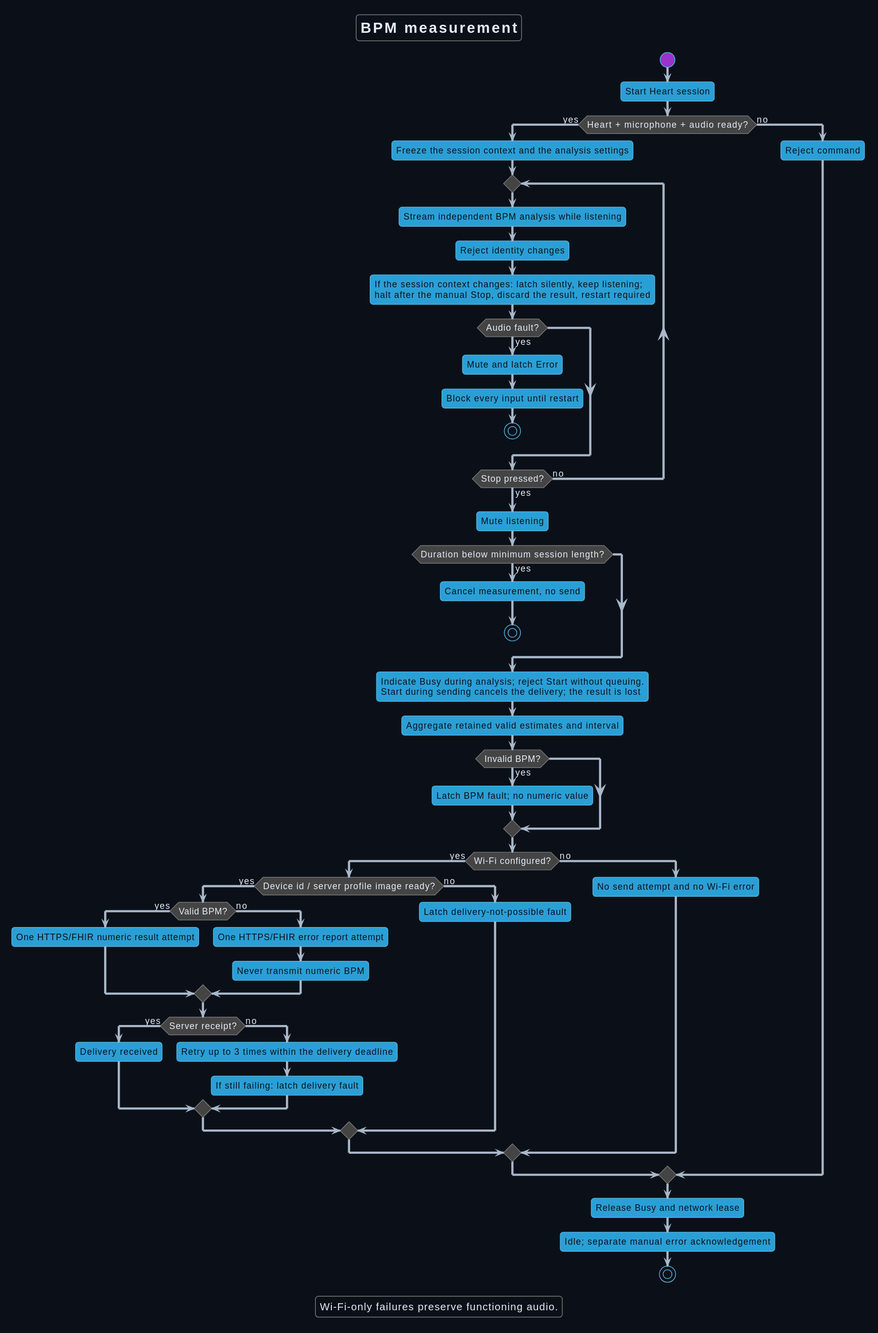
This is Development/system/architecture/system/rendered/measurement_workflow.svg from DemonicPsychoII/DigitalStethoscope, a PlantUML export, as it was before one commit.
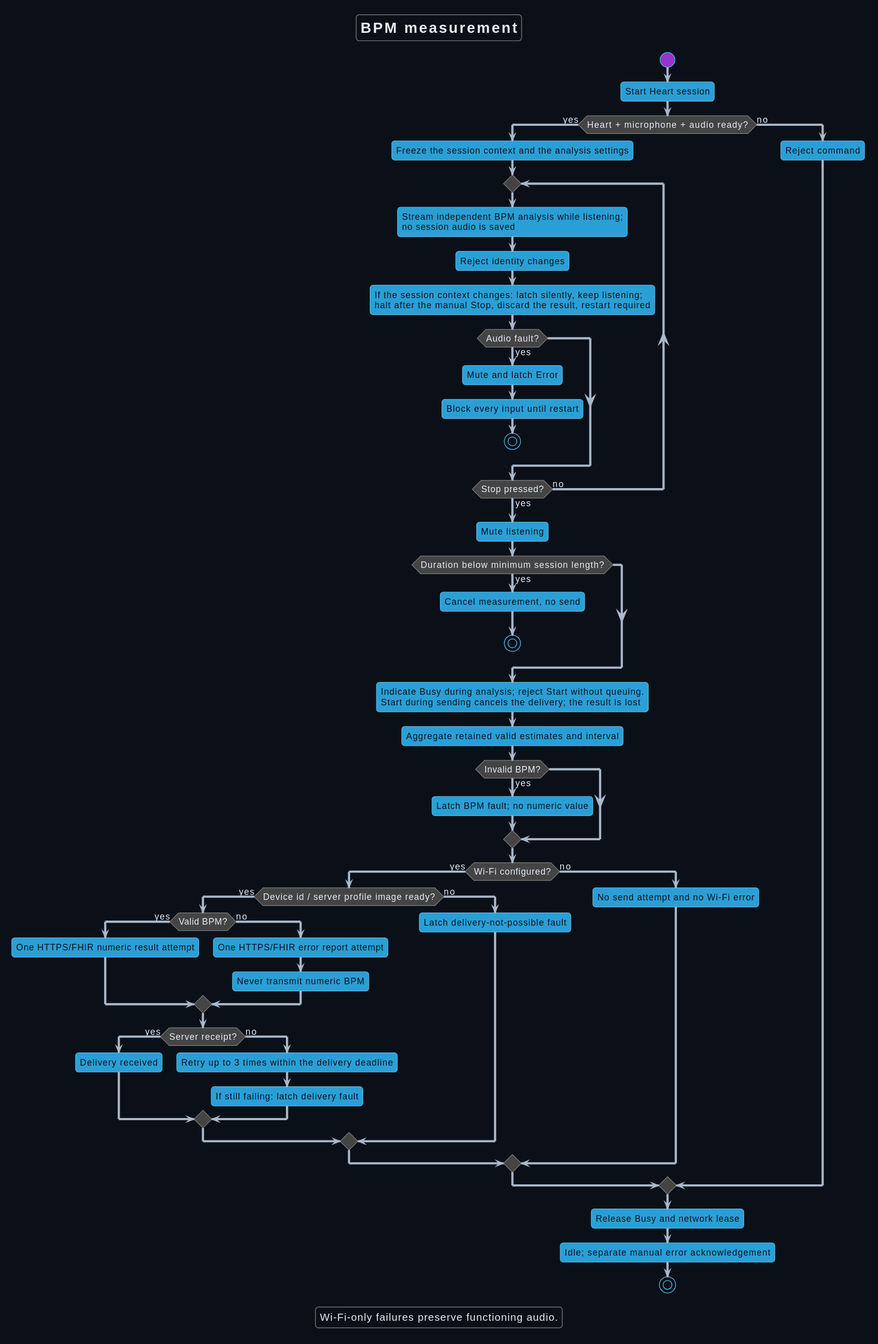
The same file after the commit.

Diff of the diagram source:
```diff
@@ -15,7 +15,7 @@
 if (Heart + microphone + audio ready?) then (yes)
  :Freeze the session context and the analysis settings;
  repeat
-  :Stream independent BPM analysis while listening;
+  :Stream independent BPM analysis while listening;\nno session audio is saved;
   :Reject identity changes;
   :If the session context changes: latch silently, keep listening;\nhalt after the manual Stop, discard the result, restart required;
   if (Audio fault?) then (yes)
```
